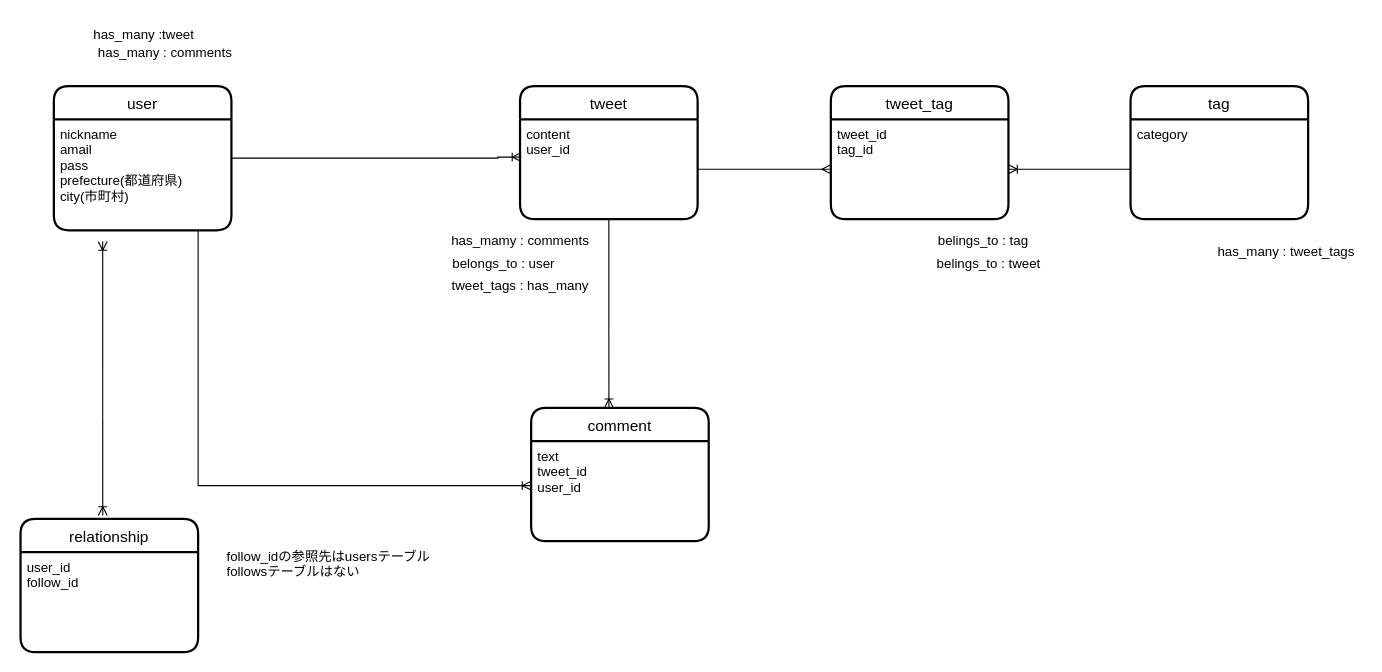
Above: Drow.dio in nannano-sys/origin_app (draw.io), before the change. Source tidied: cells renumbered, new cells numbered last; positions are measured from the earlier drawing's top-left corner, leaving out a move shared by most shapes. Both pictures are drawn from the tidied source at 111%, with x=0, y=0 at pixel (20, 19).
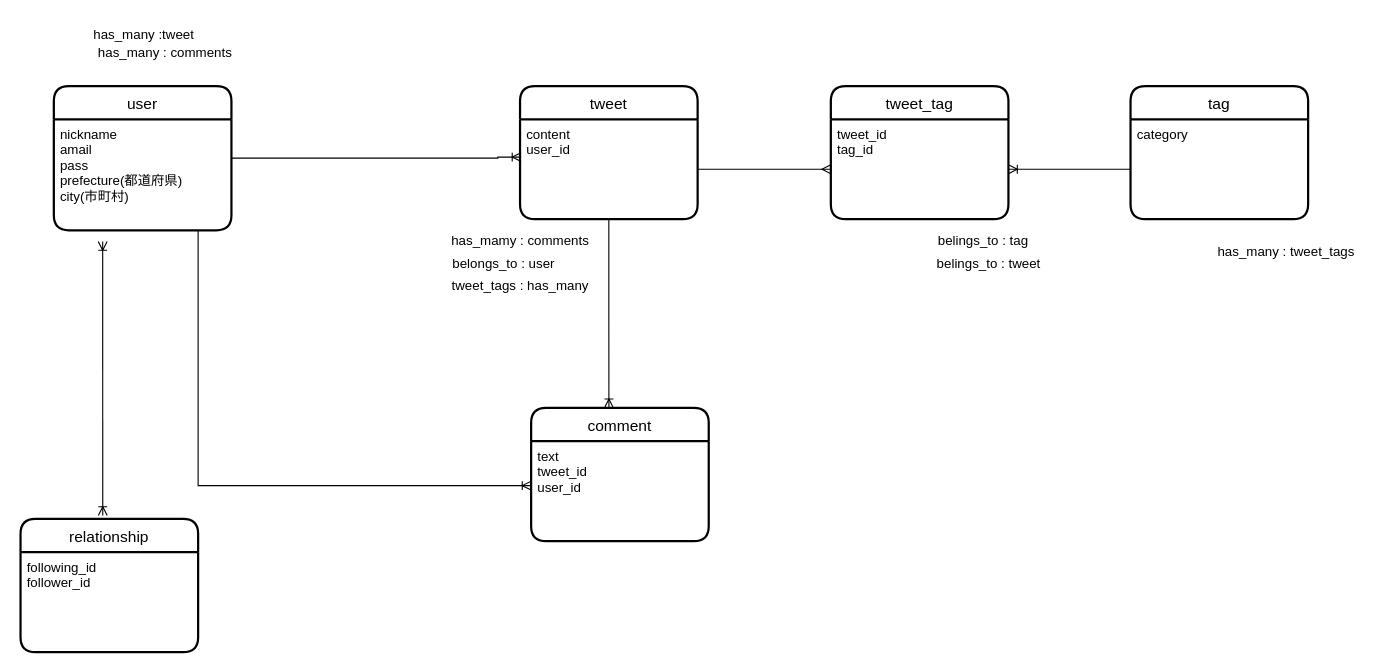
The same diagram, later.

Unchanged cells that the change refers to:
```xml
<mxCell id="25" value="relationship" style="swimlane;horizontal=1;startSize=30;rounded=1;fontSize=14;fontStyle=0;strokeWidth=2;shadow=0;dashed=0;align=center;" parent="1" vertex="1">
  <mxGeometry y="450" width="160" height="120" as="geometry" />
</mxCell>
```

The edit, as a diff of the source:
```diff
@@
-    <mxCell id="26" value="user_id&#10;follow_id" style="align=left;strokeColor=none;fillColor=none;spacingLeft=4;fontSize=12;verticalAlign=top;" parent="25" vertex="1">
+    <mxCell id="26" value="following_id&#10;follower_id" style="align=left;strokeColor=none;fillColor=none;spacingLeft=4;fontSize=12;verticalAlign=top;" parent="25" vertex="1">
       <mxGeometry y="30" width="160" height="90" as="geometry" />
     </mxCell>
@@
-    <mxCell id="28" value="follow_idの参照先はusersテーブル&#10;followsテーブルはない" style="text;strokeColor=none;fillColor=none;spacingLeft=4;spacingRight=4;overflow=hidden;fontSize=12;" parent="1" vertex="1">
-      <mxGeometry x="180" y="470" width="230" height="30" as="geometry" />
-    </mxCell>
```
